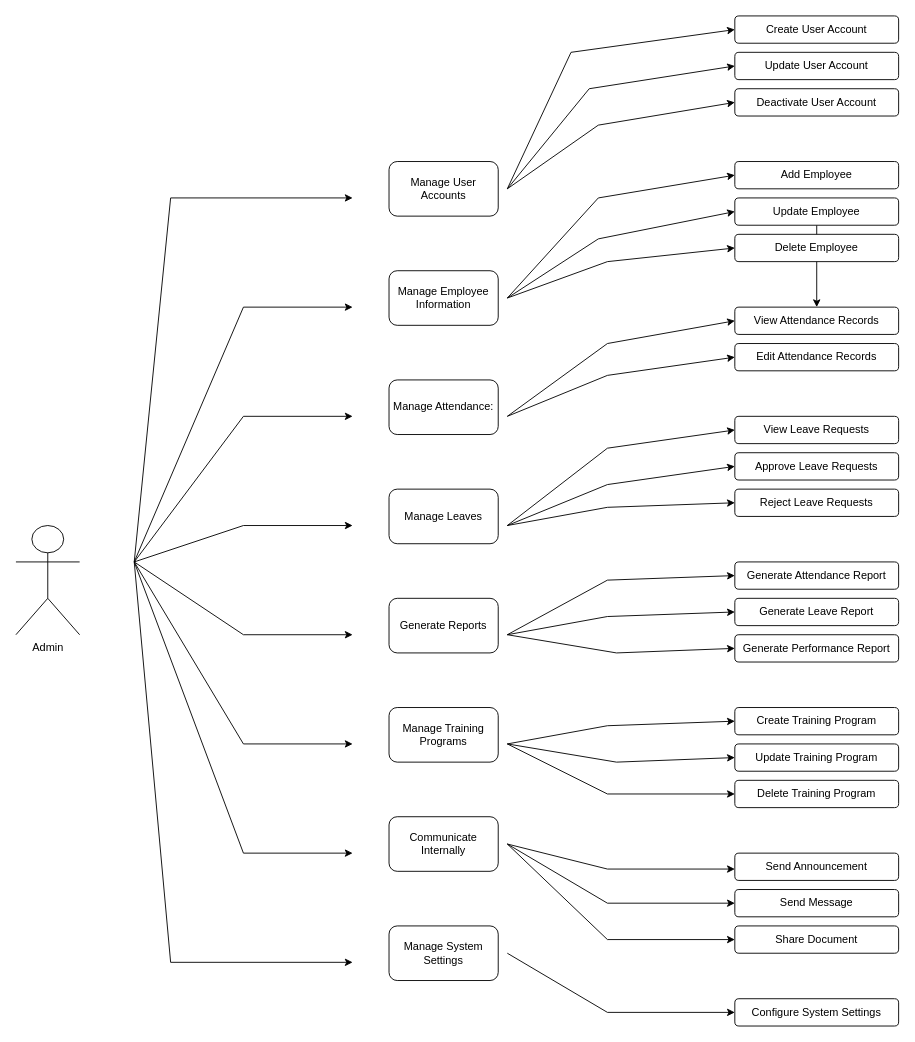
The draw.io diagram Admin Diagram.drawio in Arisa-Ndreu/test, before the edit. Source tidied: cells renumbered, new cells numbered last; positions are measured from the earlier drawing's top-left corner, leaving out a move shared by most shapes. Both pictures are drawn from the tidied source at 91%, with x=0, y=0 at pixel (15, 15).
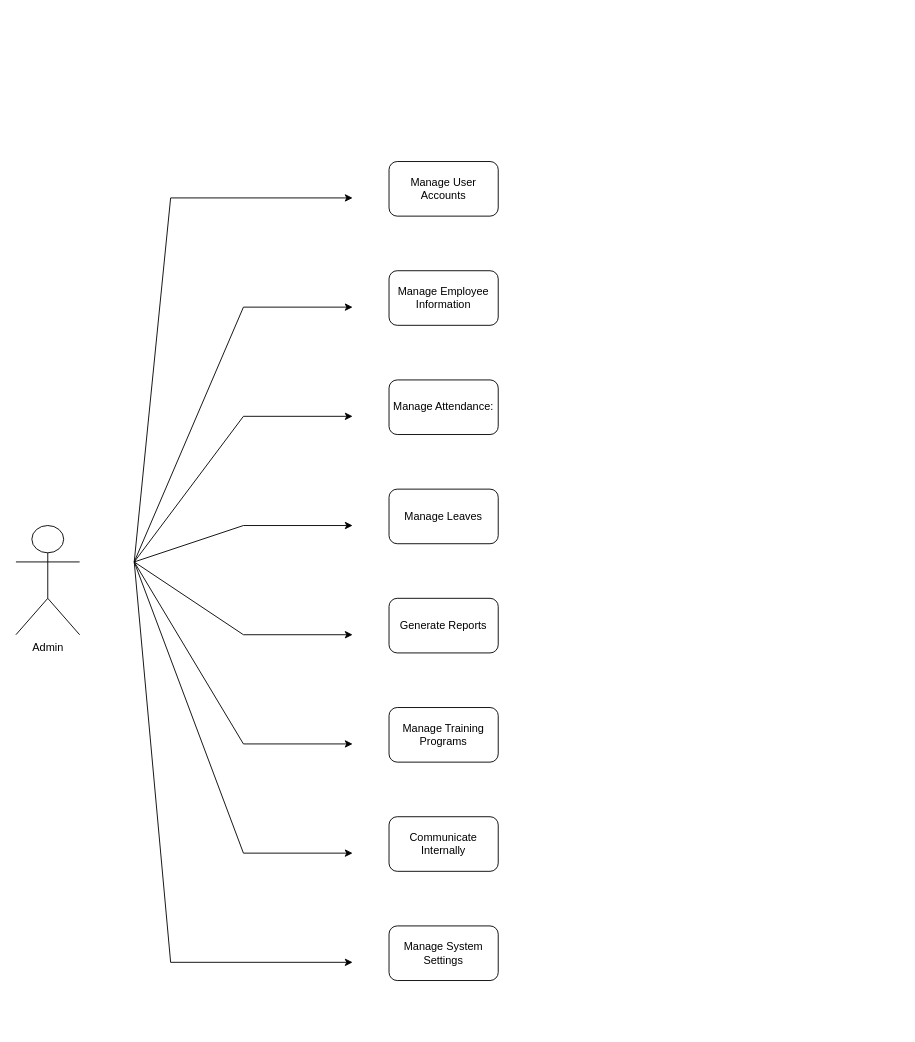
The same page after the edit.

Change to the diagram source:
```diff
@@
-    <mxCell id="17" value="Update User Account" style="rounded=1;whiteSpace=wrap;html=1;" parent="1" vertex="1">
-      <mxGeometry x="790" y="40" width="180" height="30" as="geometry" />
-    </mxCell>
-    <mxCell id="18" style="edgeStyle=orthogonalEdgeStyle;rounded=0;jettySize=auto;html=1;" parent="1" edge="1" source="19" target="25">
-      <mxGeometry relative="1" as="geometry" />
-    </mxCell>
-    <mxCell id="19" value="Update Employee" style="rounded=1;whiteSpace=wrap;html=1;" parent="1" vertex="1">
-      <mxGeometry x="790" y="200" width="180" height="30" as="geometry" />
-    </mxCell>
-    <mxCell id="20" value="Delete Employee" style="rounded=1;whiteSpace=wrap;html=1;" parent="1" vertex="1">
-      <mxGeometry x="790" y="240" width="180" height="30" as="geometry" />
-    </mxCell>
-    <mxCell id="21" value="Create Training Program" style="rounded=1;whiteSpace=wrap;html=1;" parent="1" vertex="1">
-      <mxGeometry x="790" y="760" width="180" height="30" as="geometry" />
-    </mxCell>
-    <mxCell id="22" value="Add Employee" style="rounded=1;whiteSpace=wrap;html=1;" parent="1" vertex="1">
-      <mxGeometry x="790" y="160" width="180" height="30" as="geometry" />
-    </mxCell>
-    <mxCell id="23" value="View Leave Requests" style="rounded=1;whiteSpace=wrap;html=1;" parent="1" vertex="1">
-      <mxGeometry x="790" y="440" width="180" height="30" as="geometry" />
-    </mxCell>
-    <mxCell id="24" value="Deactivate User Account" style="rounded=1;whiteSpace=wrap;html=1;" parent="1" vertex="1">
-      <mxGeometry x="790" y="80" width="180" height="30" as="geometry" />
-    </mxCell>
-    <mxCell id="25" value="View Attendance Records" style="rounded=1;whiteSpace=wrap;html=1;" parent="1" vertex="1">
-      <mxGeometry x="790" y="320" width="180" height="30" as="geometry" />
-    </mxCell>
-    <mxCell id="26" value="Edit Attendance Records" style="rounded=1;whiteSpace=wrap;html=1;" parent="1" vertex="1">
-      <mxGeometry x="790" y="360" width="180" height="30" as="geometry" />
-    </mxCell>
-    <mxCell id="27" value="Approve Leave Requests" style="rounded=1;whiteSpace=wrap;html=1;" parent="1" vertex="1">
-      <mxGeometry x="790" y="480" width="180" height="30" as="geometry" />
-    </mxCell>
-    <mxCell id="28" value="Reject Leave Requests" style="rounded=1;whiteSpace=wrap;html=1;" parent="1" vertex="1">
-      <mxGeometry x="790" y="520" width="180" height="30" as="geometry" />
-    </mxCell>
-    <mxCell id="29" value="Generate Attendance Report" style="rounded=1;whiteSpace=wrap;html=1;" parent="1" vertex="1">
-      <mxGeometry x="790" y="600" width="180" height="30" as="geometry" />
-    </mxCell>
-    <mxCell id="30" value="Generate Leave Report" style="rounded=1;whiteSpace=wrap;html=1;" parent="1" vertex="1">
-      <mxGeometry x="790" y="640" width="180" height="30" as="geometry" />
-    </mxCell>
-    <mxCell id="31" value="Generate Performance Report" style="rounded=1;whiteSpace=wrap;html=1;" parent="1" vertex="1">
-      <mxGeometry x="790" y="680" width="180" height="30" as="geometry" />
-    </mxCell>
-    <mxCell id="32" value="Update Training Program" style="rounded=1;whiteSpace=wrap;html=1;" parent="1" vertex="1">
-      <mxGeometry x="790" y="800" width="180" height="30" as="geometry" />
-    </mxCell>
-    <mxCell id="33" value="Delete Training Program" style="rounded=1;whiteSpace=wrap;html=1;" parent="1" vertex="1">
-      <mxGeometry x="790" y="840" width="180" height="30" as="geometry" />
-    </mxCell>
-    <mxCell id="34" value="Send Announcement" style="rounded=1;whiteSpace=wrap;html=1;" parent="1" vertex="1">
-      <mxGeometry x="790" y="920" width="180" height="30" as="geometry" />
-    </mxCell>
-    <mxCell id="35" value="Send Message" style="rounded=1;whiteSpace=wrap;html=1;" parent="1" vertex="1">
-      <mxGeometry x="790" y="960" width="180" height="30" as="geometry" />
-    </mxCell>
-    <mxCell id="36" value="Share Document" style="rounded=1;whiteSpace=wrap;html=1;" parent="1" vertex="1">
-      <mxGeometry x="790" y="1000" width="180" height="30" as="geometry" />
-    </mxCell>
-    <mxCell id="37" value="Create User Account" style="rounded=1;whiteSpace=wrap;html=1;" parent="1" vertex="1">
-      <mxGeometry x="790" width="180" height="30" as="geometry" />
-    </mxCell>
-    <mxCell id="38" value="Configure System Settings" style="rounded=1;whiteSpace=wrap;html=1;" parent="1" vertex="1">
-      <mxGeometry x="790" y="1080" width="180" height="30" as="geometry" />
-    </mxCell>
-    <mxCell id="39" style="endArrow=classic;html=1;rounded=0;entryX=0;entryY=0.5;entryDx=0;entryDy=0;" parent="1" edge="1" target="37">
-      <mxGeometry relative="1" as="geometry">
-        <mxPoint x="540" y="190" as="sourcePoint" />
-        <Array as="points">
-          <mxPoint x="610" y="40" />
-        </Array>
-      </mxGeometry>
-    </mxCell>
-    <mxCell id="40" style="endArrow=classic;html=1;rounded=0;entryX=0;entryY=0.5;entryDx=0;entryDy=0;" parent="1" edge="1" target="17">
-      <mxGeometry relative="1" as="geometry">
-        <mxPoint x="540" y="190" as="sourcePoint" />
-        <Array as="points">
-          <mxPoint x="630" y="80" />
-        </Array>
-      </mxGeometry>
-    </mxCell>
-    <mxCell id="41" style="endArrow=classic;html=1;rounded=0;entryX=0;entryY=0.5;entryDx=0;entryDy=0;" parent="1" edge="1" target="24">
-      <mxGeometry relative="1" as="geometry">
-        <mxPoint x="540" y="190" as="sourcePoint" />
-        <Array as="points">
-          <mxPoint x="640" y="120" />
-        </Array>
-      </mxGeometry>
-    </mxCell>
-    <mxCell id="42" style="endArrow=classic;html=1;rounded=0;entryX=0;entryY=0.5;entryDx=0;entryDy=0;" parent="1" edge="1" target="19">
-      <mxGeometry relative="1" as="geometry">
-        <mxPoint x="540" y="310" as="sourcePoint" />
-        <Array as="points">
-          <mxPoint x="640" y="245" />
-        </Array>
-      </mxGeometry>
-    </mxCell>
-    <mxCell id="43" style="endArrow=classic;html=1;rounded=0;entryX=0;entryY=0.5;entryDx=0;entryDy=0;" parent="1" edge="1">
-      <mxGeometry relative="1" as="geometry">
-        <mxPoint x="540" y="310" as="sourcePoint" />
-        <mxPoint x="790" y="175" as="targetPoint" />
-        <Array as="points">
-          <mxPoint x="640" y="200" />
-        </Array>
-      </mxGeometry>
-    </mxCell>
-    <mxCell id="44" style="endArrow=classic;html=1;rounded=0;entryX=0;entryY=0.5;entryDx=0;entryDy=0;" parent="1" edge="1" target="20">
-      <mxGeometry relative="1" as="geometry">
-        <mxPoint x="540" y="310" as="sourcePoint" />
-        <Array as="points">
-          <mxPoint x="650" y="270" />
-        </Array>
-      </mxGeometry>
-    </mxCell>
-    <mxCell id="45" style="endArrow=classic;html=1;rounded=0;entryX=0;entryY=0.5;entryDx=0;entryDy=0;" parent="1" edge="1" target="26">
-      <mxGeometry relative="1" as="geometry">
-        <mxPoint x="540" y="440" as="sourcePoint" />
-        <Array as="points">
-          <mxPoint x="650" y="395" />
-        </Array>
-      </mxGeometry>
-    </mxCell>
-    <mxCell id="46" style="endArrow=classic;html=1;rounded=0;entryX=0;entryY=0.5;entryDx=0;entryDy=0;" parent="1" edge="1" target="25">
-      <mxGeometry relative="1" as="geometry">
-        <mxPoint x="540" y="440" as="sourcePoint" />
-        <Array as="points">
-          <mxPoint x="650" y="360" />
-        </Array>
-      </mxGeometry>
-    </mxCell>
-    <mxCell id="47" style="endArrow=classic;html=1;rounded=0;entryX=0;entryY=0.5;entryDx=0;entryDy=0;" parent="1" edge="1">
-      <mxGeometry relative="1" as="geometry">
-        <mxPoint x="540" y="560" as="sourcePoint" />
-        <mxPoint x="790" y="495" as="targetPoint" />
-        <Array as="points">
-          <mxPoint x="650" y="515" />
-        </Array>
-      </mxGeometry>
-    </mxCell>
-    <mxCell id="48" style="endArrow=classic;html=1;rounded=0;entryX=0;entryY=0.5;entryDx=0;entryDy=0;" parent="1" edge="1">
-      <mxGeometry relative="1" as="geometry">
-        <mxPoint x="540" y="560" as="sourcePoint" />
-        <mxPoint x="790" y="535" as="targetPoint" />
-        <Array as="points">
-          <mxPoint x="650" y="540" />
-        </Array>
-      </mxGeometry>
-    </mxCell>
-    <mxCell id="49" style="endArrow=classic;html=1;rounded=0;entryX=0;entryY=0.5;entryDx=0;entryDy=0;" parent="1" edge="1">
-      <mxGeometry relative="1" as="geometry">
-        <mxPoint x="540" y="560" as="sourcePoint" />
-        <mxPoint x="790" y="455" as="targetPoint" />
-        <Array as="points">
-          <mxPoint x="650" y="475" />
-        </Array>
-      </mxGeometry>
-    </mxCell>
-    <mxCell id="50" style="endArrow=classic;html=1;rounded=0;entryX=0;entryY=0.5;entryDx=0;entryDy=0;" parent="1" edge="1">
-      <mxGeometry relative="1" as="geometry">
-        <mxPoint x="540" y="680" as="sourcePoint" />
-        <mxPoint x="790" y="655" as="targetPoint" />
-        <Array as="points">
-          <mxPoint x="650" y="660" />
-        </Array>
-      </mxGeometry>
-    </mxCell>
-    <mxCell id="51" style="endArrow=classic;html=1;rounded=0;entryX=0;entryY=0.5;entryDx=0;entryDy=0;" parent="1" edge="1">
-      <mxGeometry relative="1" as="geometry">
-        <mxPoint x="540" y="680" as="sourcePoint" />
-        <mxPoint x="790" y="615" as="targetPoint" />
-        <Array as="points">
-          <mxPoint x="650" y="620" />
-        </Array>
-      </mxGeometry>
-    </mxCell>
-    <mxCell id="52" style="endArrow=classic;html=1;rounded=0;entryX=0;entryY=0.5;entryDx=0;entryDy=0;" parent="1" edge="1" target="31">
-      <mxGeometry relative="1" as="geometry">
-        <mxPoint x="540" y="680" as="sourcePoint" />
-        <Array as="points">
-          <mxPoint x="660" y="700" />
-        </Array>
-      </mxGeometry>
-    </mxCell>
@@
-    <mxCell id="55" style="endArrow=classic;html=1;rounded=0;entryX=0;entryY=0.5;entryDx=0;entryDy=0;" parent="1" edge="1">
-      <mxGeometry relative="1" as="geometry">
-        <mxPoint x="540" y="800" as="sourcePoint" />
-        <mxPoint x="790" y="775" as="targetPoint" />
-        <Array as="points">
-          <mxPoint x="650" y="780" />
-        </Array>
-      </mxGeometry>
-    </mxCell>
-    <mxCell id="56" style="endArrow=classic;html=1;rounded=0;entryX=0;entryY=0.5;entryDx=0;entryDy=0;" parent="1" edge="1">
-      <mxGeometry relative="1" as="geometry">
-        <mxPoint x="540" y="800" as="sourcePoint" />
-        <mxPoint x="790" y="815" as="targetPoint" />
-        <Array as="points">
-          <mxPoint x="660" y="820" />
-        </Array>
-      </mxGeometry>
-    </mxCell>
-    <mxCell id="57" style="endArrow=classic;html=1;rounded=0;entryX=0;entryY=0.5;entryDx=0;entryDy=0;" parent="1" edge="1" target="33">
-      <mxGeometry relative="1" as="geometry">
-        <mxPoint x="540" y="800" as="sourcePoint" />
-        <Array as="points">
-          <mxPoint x="650" y="855" />
-        </Array>
-      </mxGeometry>
-    </mxCell>
-    <mxCell id="58" style="endArrow=classic;html=1;rounded=0;entryX=0;entryY=0.5;entryDx=0;entryDy=0;" parent="1" edge="1">
-      <mxGeometry relative="1" as="geometry">
-        <mxPoint x="540" y="910" as="sourcePoint" />
-        <mxPoint x="790" y="937.5" as="targetPoint" />
-        <Array as="points">
-          <mxPoint x="650" y="937.5" />
-        </Array>
-      </mxGeometry>
-    </mxCell>
-    <mxCell id="59" style="endArrow=classic;html=1;rounded=0;entryX=0;entryY=0.5;entryDx=0;entryDy=0;" parent="1" edge="1">
-      <mxGeometry relative="1" as="geometry">
-        <mxPoint x="540" y="910" as="sourcePoint" />
-        <mxPoint x="790" y="975" as="targetPoint" />
-        <Array as="points">
-          <mxPoint x="650" y="975" />
-        </Array>
-      </mxGeometry>
-    </mxCell>
-    <mxCell id="60" style="endArrow=classic;html=1;rounded=0;entryX=0;entryY=0.5;entryDx=0;entryDy=0;" parent="1" edge="1">
-      <mxGeometry relative="1" as="geometry">
-        <mxPoint x="540" y="910" as="sourcePoint" />
-        <mxPoint x="790" y="1015" as="targetPoint" />
-        <Array as="points">
-          <mxPoint x="650" y="1015" />
-        </Array>
-      </mxGeometry>
-    </mxCell>
-    <mxCell id="61" style="endArrow=classic;html=1;rounded=0;entryX=0;entryY=0.5;entryDx=0;entryDy=0;" parent="1" edge="1">
-      <mxGeometry relative="1" as="geometry">
-        <mxPoint x="540" y="1030" as="sourcePoint" />
-        <mxPoint x="790" y="1095" as="targetPoint" />
-        <Array as="points">
-          <mxPoint x="650" y="1095" />
-        </Array>
-      </mxGeometry>
-    </mxCell>
```
